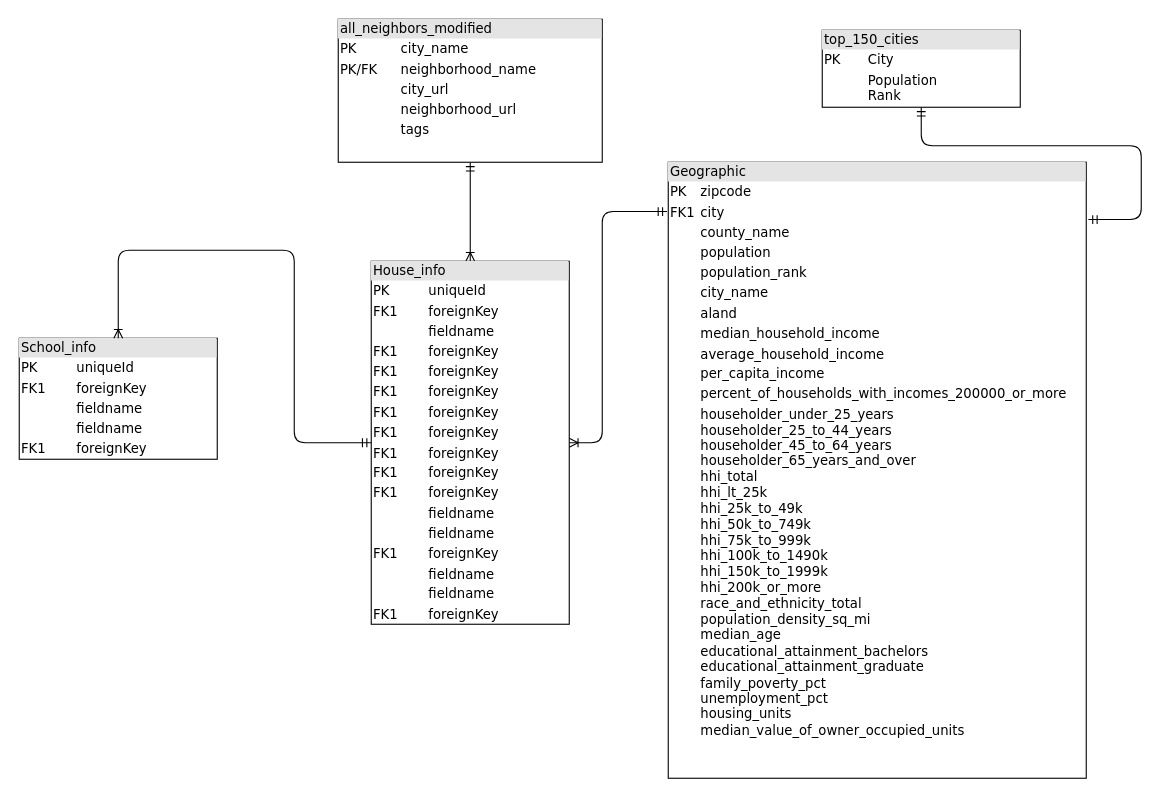
Above: Diagram/DataBase-Diagram.drawio in sakuraszy/STATS-170A-Group (draw.io), before the change. Source tidied: cells renumbered, new cells numbered last; positions are measured from the earlier drawing's top-left corner, leaving out a move shared by most shapes. Both pictures are drawn from the tidied source at 110%, with x=0, y=0 at pixel (19, 19).
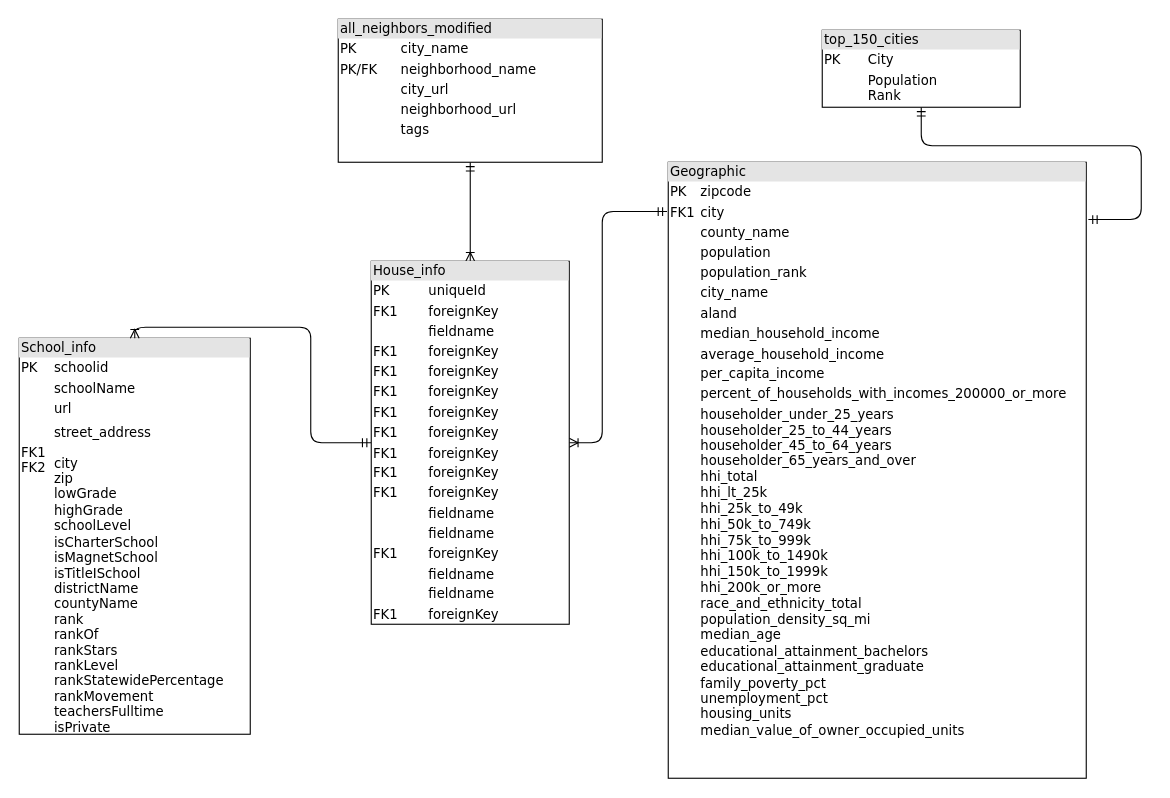
After the change.

The edit, as a diff of the source:
```diff
@@
 <mxGraphModel background="#ffffff">
   <root>
     <mxCell id="0" />
     <mxCell id="1" parent="0" />
     <mxCell id="2" style="edgeStyle=orthogonalEdgeStyle;html=1;entryX=0.5;entryY=0;labelBackgroundColor=none;startArrow=ERmandOne;endArrow=ERoneToMany;fontFamily=Verdana;fontSize=12;align=left;" parent="1" edge="1" source="4" target="8">
       <mxGeometry relative="1" as="geometry" />
     </mxCell>
     <mxCell id="3" style="edgeStyle=orthogonalEdgeStyle;html=1;labelBackgroundColor=none;startArrow=ERmandOne;endArrow=ERmandOne;fontFamily=Verdana;fontSize=12;align=left;startFill=0;endFill=0;entryX=1.005;entryY=0.093;entryDx=0;entryDy=0;entryPerimeter=0;" parent="1" edge="1" source="10" target="9">
       <mxGeometry relative="1" as="geometry">
         <Array as="points">
           <mxPoint x="820" y="115" />
           <mxPoint x="1020" y="115" />
           <mxPoint x="1020" y="182" />
         </Array>
       </mxGeometry>
     </mxCell>
     <mxCell id="4" value="&lt;div style=&quot;box-sizing: border-box ; width: 100% ; background: #e4e4e4 ; padding: 2px&quot;&gt;all_neighbors_modified&lt;/div&gt;&lt;table style=&quot;width: 100% ; font-size: 1em&quot; cellpadding=&quot;2&quot; cellspacing=&quot;0&quot;&gt;&lt;tbody&gt;&lt;tr&gt;&lt;td&gt;PK&lt;/td&gt;&lt;td&gt;city_name&lt;/td&gt;&lt;/tr&gt;&lt;tr&gt;&lt;td&gt;PK/FK&lt;/td&gt;&lt;td&gt;neighborhood_name&lt;/td&gt;&lt;/tr&gt;&lt;tr&gt;&lt;td&gt;&lt;/td&gt;&lt;td&gt;city_url&lt;/td&gt;&lt;/tr&gt;&lt;tr&gt;&lt;td&gt;&lt;br&gt;&lt;/td&gt;&lt;td&gt;neighborhood_url&lt;br&gt;&lt;/td&gt;&lt;/tr&gt;&lt;tr&gt;&lt;td&gt;&lt;br&gt;&lt;/td&gt;&lt;td&gt;tags&lt;br&gt;&lt;/td&gt;&lt;/tr&gt;&lt;tr&gt;&lt;td&gt;&lt;br&gt;&lt;/td&gt;&lt;td&gt;&lt;br&gt;&lt;/td&gt;&lt;/tr&gt;&lt;/tbody&gt;&lt;/table&gt;" style="verticalAlign=top;align=left;overflow=fill;html=1;rounded=0;shadow=0;comic=0;labelBackgroundColor=none;strokeWidth=1;fontFamily=Verdana;fontSize=12;" parent="1" vertex="1">
       <mxGeometry x="290" width="240" height="130" as="geometry" />
     </mxCell>
-    <mxCell id="5" value="&lt;div style=&quot;box-sizing: border-box ; width: 100% ; background: #e4e4e4 ; padding: 2px&quot;&gt;School_info&lt;/div&gt;&lt;table style=&quot;width: 100% ; font-size: 1em&quot; cellpadding=&quot;2&quot; cellspacing=&quot;0&quot;&gt;&lt;tbody&gt;&lt;tr&gt;&lt;td&gt;PK&lt;/td&gt;&lt;td&gt;uniqueId&lt;/td&gt;&lt;/tr&gt;&lt;tr&gt;&lt;td&gt;FK1&lt;/td&gt;&lt;td&gt;foreignKey&lt;/td&gt;&lt;/tr&gt;&lt;tr&gt;&lt;td&gt;&lt;/td&gt;&lt;td&gt;fieldname&lt;/td&gt;&lt;/tr&gt;&lt;tr&gt;&lt;td&gt;&lt;br&gt;&lt;/td&gt;&lt;td&gt;fieldname&lt;br&gt;&lt;/td&gt;&lt;/tr&gt;&lt;tr&gt;&lt;td&gt;FK1&lt;br&gt;&lt;/td&gt;&lt;td&gt;foreignKey&lt;br&gt;&lt;/td&gt;&lt;/tr&gt;&lt;/tbody&gt;&lt;/table&gt;" style="verticalAlign=top;align=left;overflow=fill;html=1;rounded=0;shadow=0;comic=0;labelBackgroundColor=none;strokeWidth=1;fontFamily=Verdana;fontSize=12;" parent="1" vertex="1">
-      <mxGeometry y="290" width="180" height="110" as="geometry" />
+    <mxCell id="5" value="&lt;div style=&quot;box-sizing: border-box ; width: 100% ; background-color: rgb(228 , 228 , 228) ; padding: 2px&quot;&gt;&lt;font style=&quot;font-size: 12px&quot;&gt;School_info&lt;/font&gt;&lt;/div&gt;&lt;table style=&quot;width: 100%&quot; cellpadding=&quot;2&quot; cellspacing=&quot;0&quot;&gt;&lt;tbody&gt;&lt;tr&gt;&lt;td&gt;&lt;font style=&quot;font-size: 12px&quot;&gt;PK&lt;/font&gt;&lt;/td&gt;&lt;td&gt;&lt;font style=&quot;font-size: 12px&quot;&gt;schoolid&lt;/font&gt;&lt;/td&gt;&lt;/tr&gt;&lt;tr&gt;&lt;td&gt;&lt;font style=&quot;font-size: 12px&quot;&gt;&lt;br&gt;&lt;/font&gt;&lt;/td&gt;&lt;td&gt;&lt;font style=&quot;font-size: 12px&quot;&gt;schoolName&lt;br&gt;&lt;/font&gt;&lt;/td&gt;&lt;/tr&gt;&lt;tr&gt;&lt;td&gt;&lt;/td&gt;&lt;td&gt;&lt;font style=&quot;font-size: 12px&quot;&gt;url&lt;/font&gt;&lt;/td&gt;&lt;/tr&gt;&lt;tr&gt;&lt;td&gt;&lt;font style=&quot;font-size: 12px&quot;&gt;&lt;br&gt;&lt;/font&gt;&lt;/td&gt;&lt;td&gt;&lt;p style=&quot;margin: 0px ; font-stretch: normal ; line-height: normal ; font-family: &amp;#34;helvetica neue&amp;#34;&quot;&gt;&lt;font face=&quot;Verdana&quot; style=&quot;font-size: 12px&quot;&gt;street_address&lt;/font&gt;&lt;/p&gt;&lt;/td&gt;&lt;/tr&gt;&lt;tr&gt;&lt;td&gt;&lt;font style=&quot;font-size: 12px&quot;&gt;FK1&lt;br&gt;FK2&lt;br&gt;&lt;br&gt;&lt;br&gt;&lt;br&gt;&lt;br&gt;&lt;br&gt;&lt;br&gt;&lt;br&gt;&lt;br&gt;&lt;br&gt;&lt;br&gt;&lt;br&gt;&lt;br&gt;&lt;br&gt;&lt;br&gt;&lt;br&gt;&lt;br&gt;&lt;br&gt;&lt;br&gt;&lt;br&gt;&lt;/font&gt;&lt;/td&gt;&lt;td&gt;&lt;font style=&quot;font-size: 12px&quot;&gt;city&lt;br&gt;zip&lt;br&gt;lowGrade&lt;br&gt;highGrade&lt;br&gt;schoolLevel&lt;br&gt;&lt;p style=&quot;margin: 0px ; font-stretch: normal ; line-height: normal&quot;&gt;isCharterSchool&lt;/p&gt;&lt;p style=&quot;margin: 0px ; font-stretch: normal ; line-height: normal&quot;&gt;isMagnetSchool&lt;/p&gt;&lt;p style=&quot;margin: 0px ; font-stretch: normal ; line-height: normal&quot;&gt;isTitleISchool&lt;/p&gt;&lt;p style=&quot;margin: 0px ; font-stretch: normal ; line-height: normal&quot;&gt;districtName&lt;/p&gt;&lt;p style=&quot;margin: 0px ; font-stretch: normal ; line-height: normal&quot;&gt;countyName&lt;/p&gt;&lt;p style=&quot;margin: 0px ; font-stretch: normal ; line-height: normal&quot;&gt;rank&lt;/p&gt;&lt;p style=&quot;margin: 0px ; font-stretch: normal ; line-height: normal&quot;&gt;rankOf&lt;/p&gt;&lt;p style=&quot;margin: 0px ; font-stretch: normal ; line-height: normal&quot;&gt;rankStars&lt;/p&gt;&lt;p style=&quot;margin: 0px ; font-stretch: normal ; line-height: normal&quot;&gt;rankLevel&lt;/p&gt;&lt;p style=&quot;margin: 0px ; font-stretch: normal ; line-height: normal&quot;&gt;rankStatewidePercentage&lt;/p&gt;&lt;p style=&quot;margin: 0px ; font-stretch: normal ; line-height: normal&quot;&gt;rankMovement&lt;/p&gt;&lt;p style=&quot;margin: 0px ; font-stretch: normal ; line-height: normal&quot;&gt;teachersFulltime&lt;/p&gt;&lt;p style=&quot;margin: 0px ; font-stretch: normal ; line-height: normal&quot;&gt;isPrivate&lt;/p&gt;&lt;p style=&quot;margin: 0px ; font-stretch: normal ; line-height: normal&quot;&gt;&lt;br&gt;&lt;/p&gt;&lt;p style=&quot;margin: 0px ; font-stretch: normal ; line-height: normal&quot;&gt;&lt;br&gt;&lt;/p&gt;&lt;/font&gt;&lt;/td&gt;&lt;/tr&gt;&lt;/tbody&gt;&lt;/table&gt;" style="verticalAlign=top;align=left;overflow=fill;html=1;rounded=0;shadow=0;comic=0;labelBackgroundColor=none;strokeWidth=1;fontFamily=Verdana;fontSize=12;" parent="1" vertex="1">
+      <mxGeometry y="290" width="210" height="360" as="geometry" />
     </mxCell>
     <mxCell id="6" style="edgeStyle=orthogonalEdgeStyle;html=1;entryX=0.5;entryY=0;labelBackgroundColor=none;startArrow=ERmandOne;endArrow=ERoneToMany;fontFamily=Verdana;fontSize=12;align=left;" parent="1" edge="1" source="8" target="5">
       <mxGeometry relative="1" as="geometry" />
     </mxCell>
     <mxCell id="7" style="edgeStyle=orthogonalEdgeStyle;jettySize=auto;html=1;startArrow=ERoneToMany;startFill=0;endArrow=ERmandOne;endFill=0;rounded=1;entryX=-0.003;entryY=0.08;entryDx=0;entryDy=0;entryPerimeter=0;" parent="1" edge="1" source="8" target="9">
       <mxGeometry relative="1" as="geometry">
         <Array as="points">
           <mxPoint x="530" y="385" />
           <mxPoint x="530" y="175" />
         </Array>
       </mxGeometry>
     </mxCell>
     <mxCell id="8" value="&lt;div style=&quot;box-sizing: border-box ; width: 100% ; background: #e4e4e4 ; padding: 2px&quot;&gt;House_info&lt;/div&gt;&lt;table style=&quot;width: 100% ; font-size: 1em&quot; cellpadding=&quot;2&quot; cellspacing=&quot;0&quot;&gt;&lt;tbody&gt;&lt;tr&gt;&lt;td&gt;PK&lt;/td&gt;&lt;td&gt;uniqueId&lt;/td&gt;&lt;/tr&gt;&lt;tr&gt;&lt;td&gt;FK1&lt;/td&gt;&lt;td&gt;foreignKey&lt;/td&gt;&lt;/tr&gt;&lt;tr&gt;&lt;td&gt;&lt;/td&gt;&lt;td&gt;fieldname&lt;/td&gt;&lt;/tr&gt;&lt;tr&gt;&lt;td&gt;FK1&lt;br&gt;&lt;/td&gt;&lt;td&gt;foreignKey&lt;br&gt;&lt;/td&gt;&lt;/tr&gt;&lt;tr&gt;&lt;td&gt;FK1&lt;br&gt;&lt;/td&gt;&lt;td&gt;foreignKey&lt;br&gt;&lt;/td&gt;&lt;/tr&gt;&lt;tr&gt;&lt;td&gt;FK1&lt;br&gt;&lt;/td&gt;&lt;td&gt;foreignKey&lt;br&gt;&lt;/td&gt;&lt;/tr&gt;&lt;tr&gt;&lt;td&gt;FK1&lt;br&gt;&lt;/td&gt;&lt;td&gt;foreignKey&lt;br&gt;&lt;/td&gt;&lt;/tr&gt;&lt;tr&gt;&lt;td&gt;FK1&lt;br&gt;&lt;/td&gt;&lt;td&gt;foreignKey&lt;br&gt;&lt;/td&gt;&lt;/tr&gt;&lt;tr&gt;&lt;td&gt;FK1&lt;br&gt;&lt;/td&gt;&lt;td&gt;foreignKey&lt;br&gt;&lt;/td&gt;&lt;/tr&gt;&lt;tr&gt;&lt;td&gt;FK1&lt;br&gt;&lt;/td&gt;&lt;td&gt;foreignKey&lt;br&gt;&lt;/td&gt;&lt;/tr&gt;&lt;tr&gt;&lt;td&gt;FK1&lt;br&gt;&lt;/td&gt;&lt;td&gt;foreignKey&lt;br&gt;&lt;/td&gt;&lt;/tr&gt;&lt;tr&gt;&lt;td&gt;&lt;br&gt;&lt;/td&gt;&lt;td&gt;fieldname&lt;br&gt;&lt;/td&gt;&lt;/tr&gt;&lt;tr&gt;&lt;td&gt;&lt;br&gt;&lt;/td&gt;&lt;td&gt;fieldname&lt;br&gt;&lt;/td&gt;&lt;/tr&gt;&lt;tr&gt;&lt;td&gt;FK1&lt;br&gt;&lt;/td&gt;&lt;td&gt;foreignKey&lt;br&gt;&lt;/td&gt;&lt;/tr&gt;&lt;tr&gt;&lt;td&gt;&lt;br&gt;&lt;/td&gt;&lt;td&gt;fieldname&lt;br&gt;&lt;/td&gt;&lt;/tr&gt;&lt;tr&gt;&lt;td&gt;&lt;br&gt;&lt;/td&gt;&lt;td&gt;fieldname&lt;br&gt;&lt;/td&gt;&lt;/tr&gt;&lt;tr&gt;&lt;td&gt;FK1&lt;br&gt;&lt;/td&gt;&lt;td&gt;foreignKey&lt;br&gt;&lt;/td&gt;&lt;/tr&gt;&lt;/tbody&gt;&lt;/table&gt;" style="verticalAlign=top;align=left;overflow=fill;html=1;rounded=0;shadow=0;comic=0;labelBackgroundColor=none;strokeWidth=1;fontFamily=Verdana;fontSize=12;" parent="1" vertex="1">
       <mxGeometry x="320" y="220" width="180" height="330" as="geometry" />
     </mxCell>
     <mxCell id="9" value="&lt;div style=&quot;box-sizing: border-box ; width: 100% ; background: #e4e4e4 ; padding: 2px&quot;&gt;Geographic&lt;/div&gt;&lt;table style=&quot;width: 100%&quot; cellpadding=&quot;2&quot; cellspacing=&quot;0&quot;&gt;&lt;tbody&gt;&lt;tr&gt;&lt;td&gt;PK&lt;/td&gt;&lt;td&gt;zipcode&lt;/td&gt;&lt;/tr&gt;&lt;tr&gt;&lt;td&gt;FK1&lt;/td&gt;&lt;td&gt;city&lt;/td&gt;&lt;/tr&gt;&lt;tr&gt;&lt;td&gt;&lt;/td&gt;&lt;td&gt;county_name&lt;br&gt;&lt;/td&gt;&lt;/tr&gt;&lt;tr&gt;&lt;td&gt;&lt;br&gt;&lt;/td&gt;&lt;td&gt;population&lt;/td&gt;&lt;/tr&gt;&lt;tr&gt;&lt;td&gt;&lt;br&gt;&lt;/td&gt;&lt;td&gt;population_rank&lt;br&gt;&lt;/td&gt;&lt;/tr&gt;&lt;tr&gt;&lt;td&gt;&lt;br&gt;&lt;/td&gt;&lt;td&gt;city_name&lt;/td&gt;&lt;/tr&gt;&lt;tr&gt;&lt;td&gt;&lt;br&gt;&lt;/td&gt;&lt;td&gt;aland&lt;/td&gt;&lt;/tr&gt;&lt;tr&gt;&lt;td&gt;&lt;br&gt;&lt;/td&gt;&lt;td&gt;&lt;p style=&quot;margin: 0px ; font-stretch: normal ; line-height: normal&quot;&gt;&lt;font style=&quot;font-size: 12px&quot;&gt;median_household_income&lt;/font&gt;&lt;/p&gt;&lt;/td&gt;&lt;/tr&gt;&lt;tr&gt;&lt;td&gt;&lt;br&gt;&lt;/td&gt;&lt;td&gt;&lt;p style=&quot;margin: 0px ; font-stretch: normal ; line-height: normal&quot;&gt;&lt;font style=&quot;font-size: 12px&quot;&gt;average_household_income&lt;/font&gt;&lt;/p&gt;&lt;/td&gt;&lt;/tr&gt;&lt;tr&gt;&lt;td&gt;&lt;br&gt;&lt;/td&gt;&lt;td&gt;&lt;p style=&quot;margin: 0px&quot;&gt;&lt;font color=&quot;#000000&quot; style=&quot;font-stretch: normal ; line-height: normal ; font-size: 12px&quot;&gt;per_capita_income&lt;/font&gt;&lt;/p&gt;&lt;/td&gt;&lt;/tr&gt;&lt;tr&gt;&lt;td&gt;&lt;font style=&quot;font-size: 12px&quot;&gt;&lt;br&gt;&lt;/font&gt;&lt;/td&gt;&lt;td&gt;&lt;p style=&quot;margin: 0px&quot;&gt;&lt;font color=&quot;#000000&quot; style=&quot;font-stretch: normal ; line-height: normal ; font-size: 12px&quot;&gt;percent_of_households_with_incomes_200000_or_more&lt;/font&gt;&lt;/p&gt;&lt;/td&gt;&lt;/tr&gt;&lt;tr&gt;&lt;td&gt;&lt;font style=&quot;font-size: 12px&quot;&gt;&lt;br&gt;&lt;/font&gt;&lt;/td&gt;&lt;td&gt;&lt;p style=&quot;margin: 0px ; font-stretch: normal ; line-height: normal&quot;&gt;&lt;font style=&quot;font-size: 12px&quot;&gt;householder_under_25_years&lt;/font&gt;&lt;/p&gt;&lt;p style=&quot;margin: 0px ; font-stretch: normal ; line-height: normal&quot;&gt;&lt;font style=&quot;font-size: 12px&quot;&gt;householder_25_to_44_years&lt;/font&gt;&lt;/p&gt;&lt;p style=&quot;margin: 0px&quot;&gt;&lt;font color=&quot;#000000&quot; style=&quot;font-stretch: normal ; line-height: normal ; font-size: 12px&quot;&gt;householder_45_to_64_years&lt;/font&gt;&lt;/p&gt;&lt;p style=&quot;margin: 0px&quot;&gt;&lt;font color=&quot;#000000&quot; style=&quot;font-stretch: normal ; line-height: normal ; font-size: 12px&quot;&gt;&lt;/font&gt;&lt;/p&gt;&lt;p style=&quot;margin: 0px&quot;&gt;&lt;font color=&quot;#000000&quot; style=&quot;font-stretch: normal ; line-height: normal ; font-size: 12px&quot;&gt;householder_65_years_and_over&lt;/font&gt;&lt;/p&gt;&lt;p style=&quot;margin: 0px&quot;&gt;&lt;font color=&quot;#000000&quot; style=&quot;font-stretch: normal ; line-height: normal ; font-size: 12px&quot;&gt;&lt;/font&gt;&lt;/p&gt;&lt;p style=&quot;margin: 0px&quot;&gt;&lt;font color=&quot;#000000&quot; style=&quot;font-stretch: normal ; line-height: normal ; font-size: 12px&quot;&gt;hhi_total&lt;/font&gt;&lt;/p&gt;&lt;p style=&quot;margin: 0px&quot;&gt;&lt;font color=&quot;#000000&quot; style=&quot;font-stretch: normal ; line-height: normal ; font-size: 12px&quot;&gt;&lt;/font&gt;&lt;/p&gt;&lt;p style=&quot;margin: 0px&quot;&gt;&lt;font color=&quot;#000000&quot; style=&quot;font-stretch: normal ; line-height: normal ; font-size: 12px&quot;&gt;hhi_lt_25k&lt;/font&gt;&lt;/p&gt;&lt;p style=&quot;margin: 0px&quot;&gt;&lt;font color=&quot;#000000&quot; style=&quot;font-stretch: normal ; line-height: normal ; font-size: 12px&quot;&gt;&lt;/font&gt;&lt;/p&gt;&lt;p style=&quot;margin: 0px&quot;&gt;&lt;font color=&quot;#000000&quot; style=&quot;font-stretch: normal ; line-height: normal ; font-size: 12px&quot;&gt;hhi_25k_to_49k&lt;/font&gt;&lt;/p&gt;&lt;p style=&quot;margin: 0px&quot;&gt;&lt;font color=&quot;#000000&quot; style=&quot;font-stretch: normal ; line-height: normal ; font-size: 12px&quot;&gt;&lt;/font&gt;&lt;/p&gt;&lt;p style=&quot;margin: 0px&quot;&gt;&lt;font color=&quot;#000000&quot; style=&quot;font-stretch: normal ; line-height: normal ; font-size: 12px&quot;&gt;hhi_50k_to_749k&lt;/font&gt;&lt;/p&gt;&lt;p style=&quot;margin: 0px&quot;&gt;&lt;font color=&quot;#000000&quot; style=&quot;font-stretch: normal ; line-height: normal ; font-size: 12px&quot;&gt;&lt;/font&gt;&lt;/p&gt;&lt;p style=&quot;margin: 0px&quot;&gt;&lt;font color=&quot;#000000&quot; style=&quot;font-stretch: normal ; line-height: normal ; font-size: 12px&quot;&gt;hhi_75k_to_999k&lt;/font&gt;&lt;/p&gt;&lt;p style=&quot;margin: 0px&quot;&gt;&lt;font color=&quot;#000000&quot; style=&quot;font-stretch: normal ; line-height: normal ; font-size: 12px&quot;&gt;&lt;/font&gt;&lt;/p&gt;&lt;p style=&quot;margin: 0px&quot;&gt;&lt;font color=&quot;#000000&quot; style=&quot;font-stretch: normal ; line-height: normal ; font-size: 12px&quot;&gt;hhi_100k_to_1490k&lt;/font&gt;&lt;/p&gt;&lt;p style=&quot;margin: 0px&quot;&gt;&lt;font color=&quot;#000000&quot; style=&quot;font-stretch: normal ; line-height: normal ; font-size: 12px&quot;&gt;&lt;/font&gt;&lt;/p&gt;&lt;p style=&quot;margin: 0px&quot;&gt;&lt;font color=&quot;#000000&quot; style=&quot;font-stretch: normal ; line-height: normal ; font-size: 12px&quot;&gt;hhi_150k_to_1999k&lt;/font&gt;&lt;/p&gt;&lt;p style=&quot;margin: 0px&quot;&gt;&lt;font color=&quot;#000000&quot; style=&quot;font-stretch: normal ; line-height: normal ; font-size: 12px&quot;&gt;&lt;/font&gt;&lt;/p&gt;&lt;p style=&quot;margin: 0px&quot;&gt;&lt;font color=&quot;#000000&quot; style=&quot;font-stretch: normal ; line-height: normal ; font-size: 12px&quot;&gt;hhi_200k_or_more&lt;/font&gt;&lt;/p&gt;&lt;p style=&quot;margin: 0px&quot;&gt;&lt;font color=&quot;#000000&quot; style=&quot;font-stretch: normal ; line-height: normal ; font-size: 12px&quot;&gt;&lt;/font&gt;&lt;/p&gt;&lt;p style=&quot;margin: 0px&quot;&gt;&lt;font color=&quot;#000000&quot; style=&quot;font-stretch: normal ; line-height: normal ; font-size: 12px&quot;&gt;race_and_ethnicity_total&lt;/font&gt;&lt;/p&gt;&lt;p style=&quot;margin: 0px&quot;&gt;&lt;font color=&quot;#000000&quot; style=&quot;font-stretch: normal ; line-height: normal ; font-size: 12px&quot;&gt;&lt;/font&gt;&lt;/p&gt;&lt;p style=&quot;margin: 0px&quot;&gt;&lt;font color=&quot;#000000&quot; style=&quot;font-stretch: normal ; line-height: normal ; font-size: 12px&quot;&gt;population_density_sq_mi&lt;/font&gt;&lt;/p&gt;&lt;p style=&quot;margin: 0px&quot;&gt;&lt;font color=&quot;#000000&quot; style=&quot;font-stretch: normal ; line-height: normal ; font-size: 12px&quot;&gt;&lt;/font&gt;&lt;/p&gt;&lt;p style=&quot;margin: 0px&quot;&gt;&lt;font color=&quot;#000000&quot; style=&quot;font-stretch: normal ; line-height: normal ; font-size: 12px&quot;&gt;median_age&lt;/font&gt;&lt;/p&gt;&lt;p style=&quot;margin: 0px&quot;&gt;&lt;font color=&quot;#000000&quot; style=&quot;font-stretch: normal ; line-height: normal ; font-size: 12px&quot;&gt;&lt;/font&gt;&lt;/p&gt;&lt;p style=&quot;margin: 0px&quot;&gt;&lt;font color=&quot;#000000&quot; style=&quot;font-stretch: normal ; line-height: normal ; font-size: 12px&quot;&gt;educational_attainment_bachelors&lt;/font&gt;&lt;/p&gt;&lt;p style=&quot;margin: 0px&quot;&gt;&lt;font color=&quot;#000000&quot; style=&quot;font-stretch: normal ; line-height: normal ; font-size: 12px&quot;&gt;&lt;/font&gt;&lt;/p&gt;&lt;p style=&quot;margin: 0px&quot;&gt;&lt;font color=&quot;#000000&quot; style=&quot;font-stretch: normal ; line-height: normal ; font-size: 12px&quot;&gt;educational_attainment_graduate&lt;/font&gt;&lt;/p&gt;&lt;p style=&quot;margin: 0px&quot;&gt;&lt;font color=&quot;#000000&quot; style=&quot;font-stretch: normal ; line-height: normal ; font-size: 12px&quot;&gt;&lt;/font&gt;&lt;/p&gt;&lt;p style=&quot;margin: 0px&quot;&gt;&lt;font color=&quot;#000000&quot; style=&quot;font-stretch: normal ; line-height: normal ; font-size: 12px&quot;&gt;family_poverty_pct&lt;/font&gt;&lt;/p&gt;&lt;p style=&quot;margin: 0px&quot;&gt;&lt;font color=&quot;#000000&quot; style=&quot;font-stretch: normal ; line-height: normal ; font-size: 12px&quot;&gt;&lt;/font&gt;&lt;/p&gt;&lt;p style=&quot;margin: 0px&quot;&gt;&lt;font color=&quot;#000000&quot; style=&quot;font-stretch: normal ; line-height: normal ; font-size: 12px&quot;&gt;unemployment_pct&lt;/font&gt;&lt;/p&gt;&lt;p style=&quot;margin: 0px&quot;&gt;&lt;font color=&quot;#000000&quot; style=&quot;font-stretch: normal ; line-height: normal ; font-size: 12px&quot;&gt;&lt;/font&gt;&lt;/p&gt;&lt;p style=&quot;margin: 0px&quot;&gt;&lt;font color=&quot;#000000&quot; style=&quot;font-stretch: normal ; line-height: normal ; font-size: 12px&quot;&gt;housing_units&lt;/font&gt;&lt;/p&gt;&lt;p style=&quot;margin: 0px&quot;&gt;&lt;font color=&quot;#000000&quot; style=&quot;font-stretch: normal ; line-height: normal ; font-size: 12px&quot;&gt;&lt;/font&gt;&lt;/p&gt;&lt;p style=&quot;margin: 0px&quot;&gt;&lt;font color=&quot;#000000&quot; style=&quot;font-stretch: normal ; line-height: normal ; font-size: 12px&quot;&gt;median_value_of_owner_occupied_units&lt;/font&gt;&lt;/p&gt;&lt;/td&gt;&lt;/tr&gt;&lt;/tbody&gt;&lt;/table&gt;" style="verticalAlign=top;align=left;overflow=fill;html=1;rounded=0;shadow=0;comic=0;labelBackgroundColor=none;strokeWidth=1;fontFamily=Verdana;fontSize=12;" parent="1" vertex="1">
       <mxGeometry x="590" y="130" width="380" height="560" as="geometry" />
     </mxCell>
     <mxCell id="10" value="&lt;div style=&quot;box-sizing: border-box ; width: 100% ; background: #e4e4e4 ; padding: 2px&quot;&gt;top_150_cities&lt;/div&gt;&lt;table style=&quot;width: 100% ; font-size: 1em&quot; cellpadding=&quot;2&quot; cellspacing=&quot;0&quot;&gt;&lt;tbody&gt;&lt;tr&gt;&lt;td&gt;PK&lt;/td&gt;&lt;td&gt;City&lt;br&gt;&lt;/td&gt;&lt;/tr&gt;&lt;tr&gt;&lt;td&gt;&lt;br&gt;&lt;/td&gt;&lt;td&gt;Population&lt;br&gt;Rank&lt;/td&gt;&lt;/tr&gt;&lt;/tbody&gt;&lt;/table&gt;" style="verticalAlign=top;align=left;overflow=fill;html=1;rounded=0;shadow=0;comic=0;labelBackgroundColor=none;strokeWidth=1;fontFamily=Verdana;fontSize=12;" parent="1" vertex="1">
       <mxGeometry x="730" y="10" width="180" height="70" as="geometry" />
     </mxCell>
   </root>
 </mxGraphModel>
```
